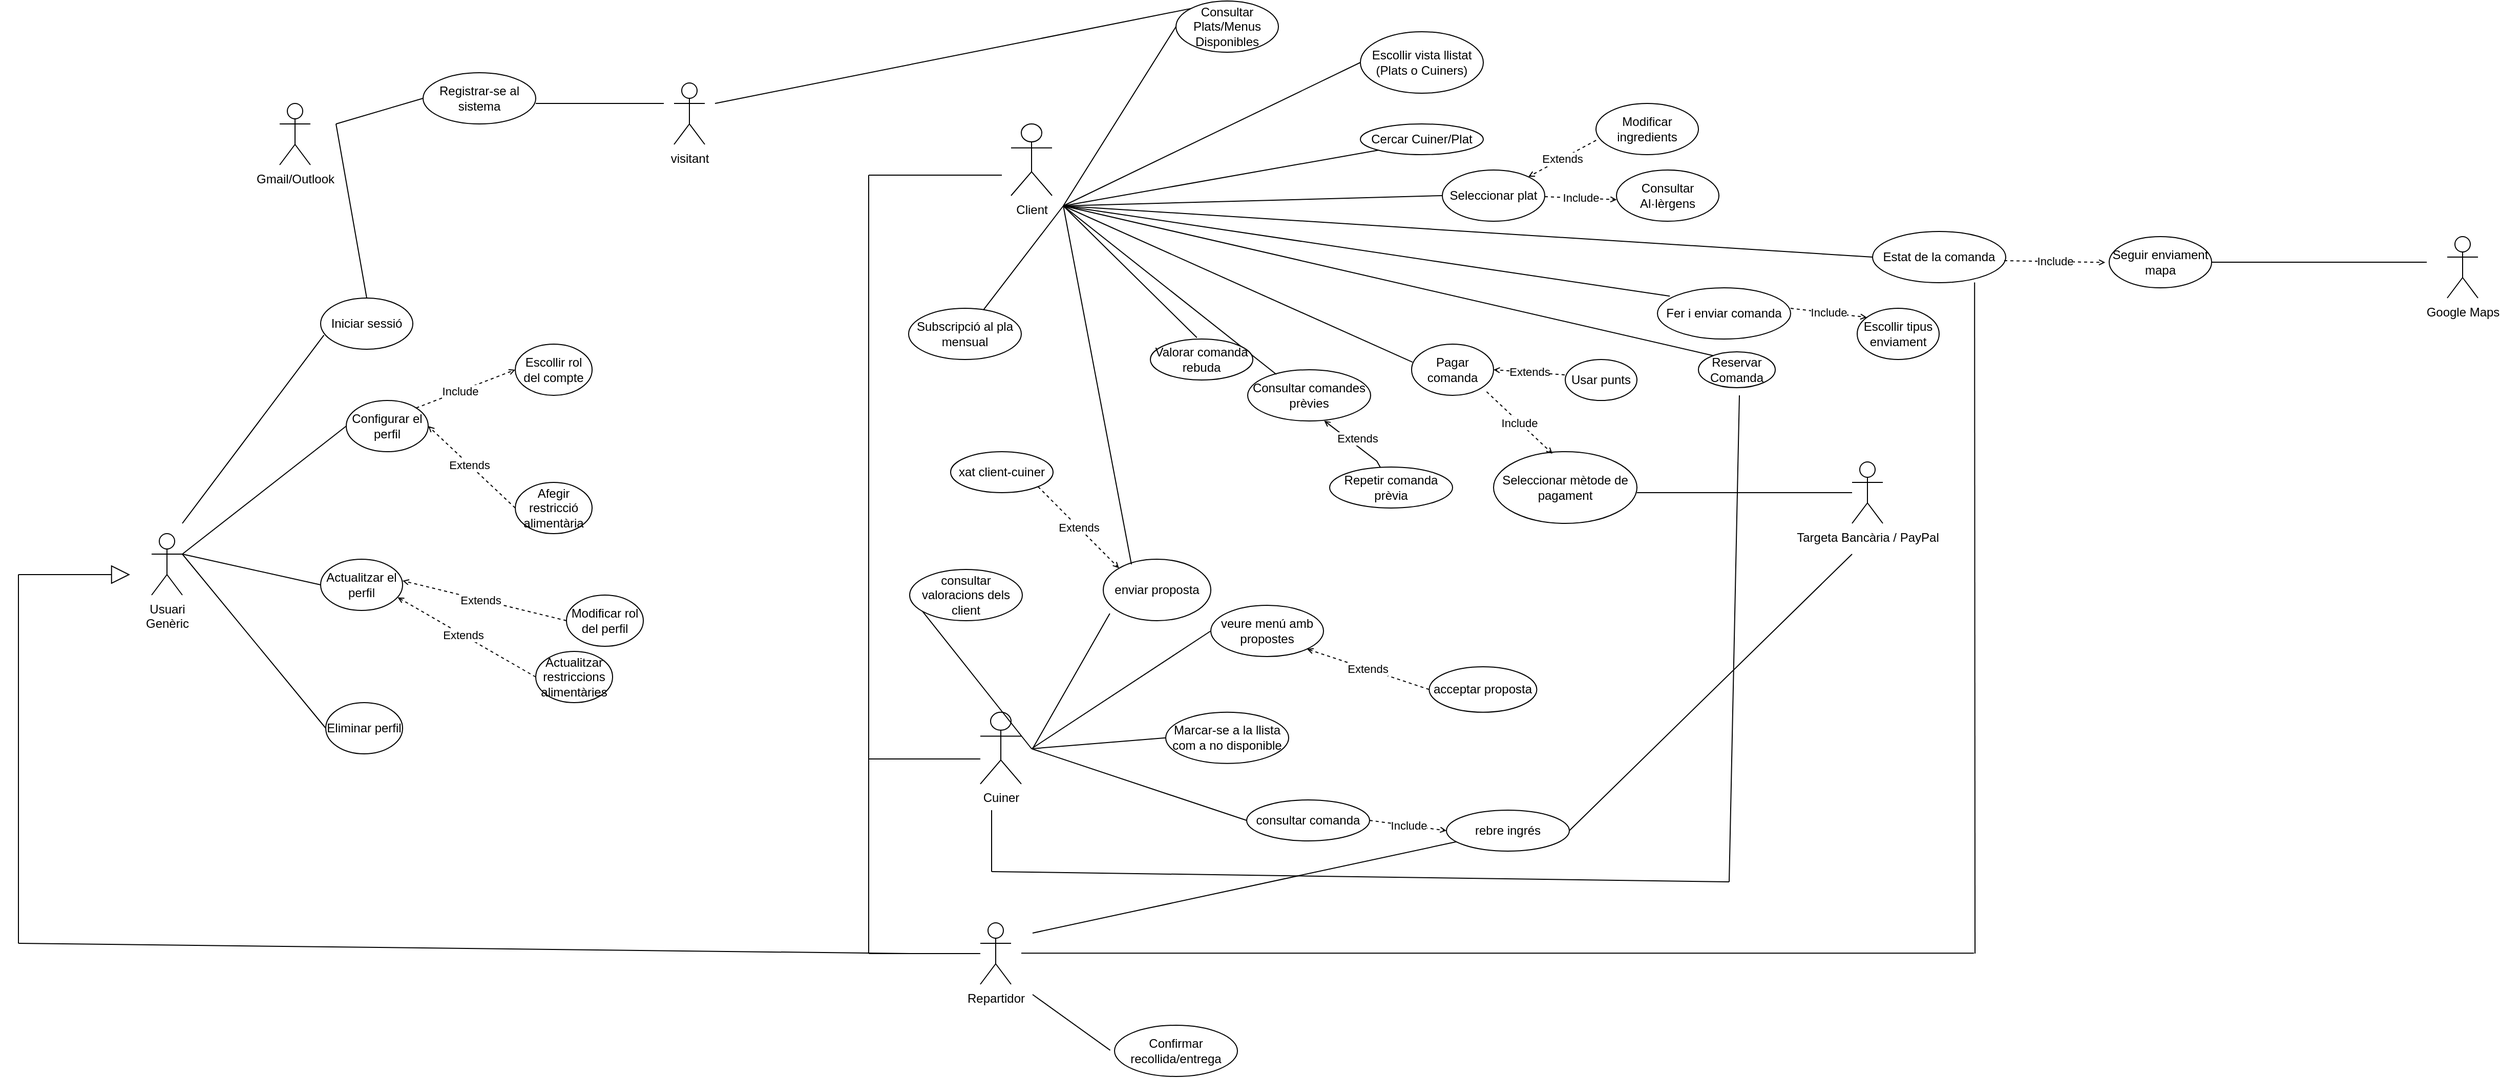
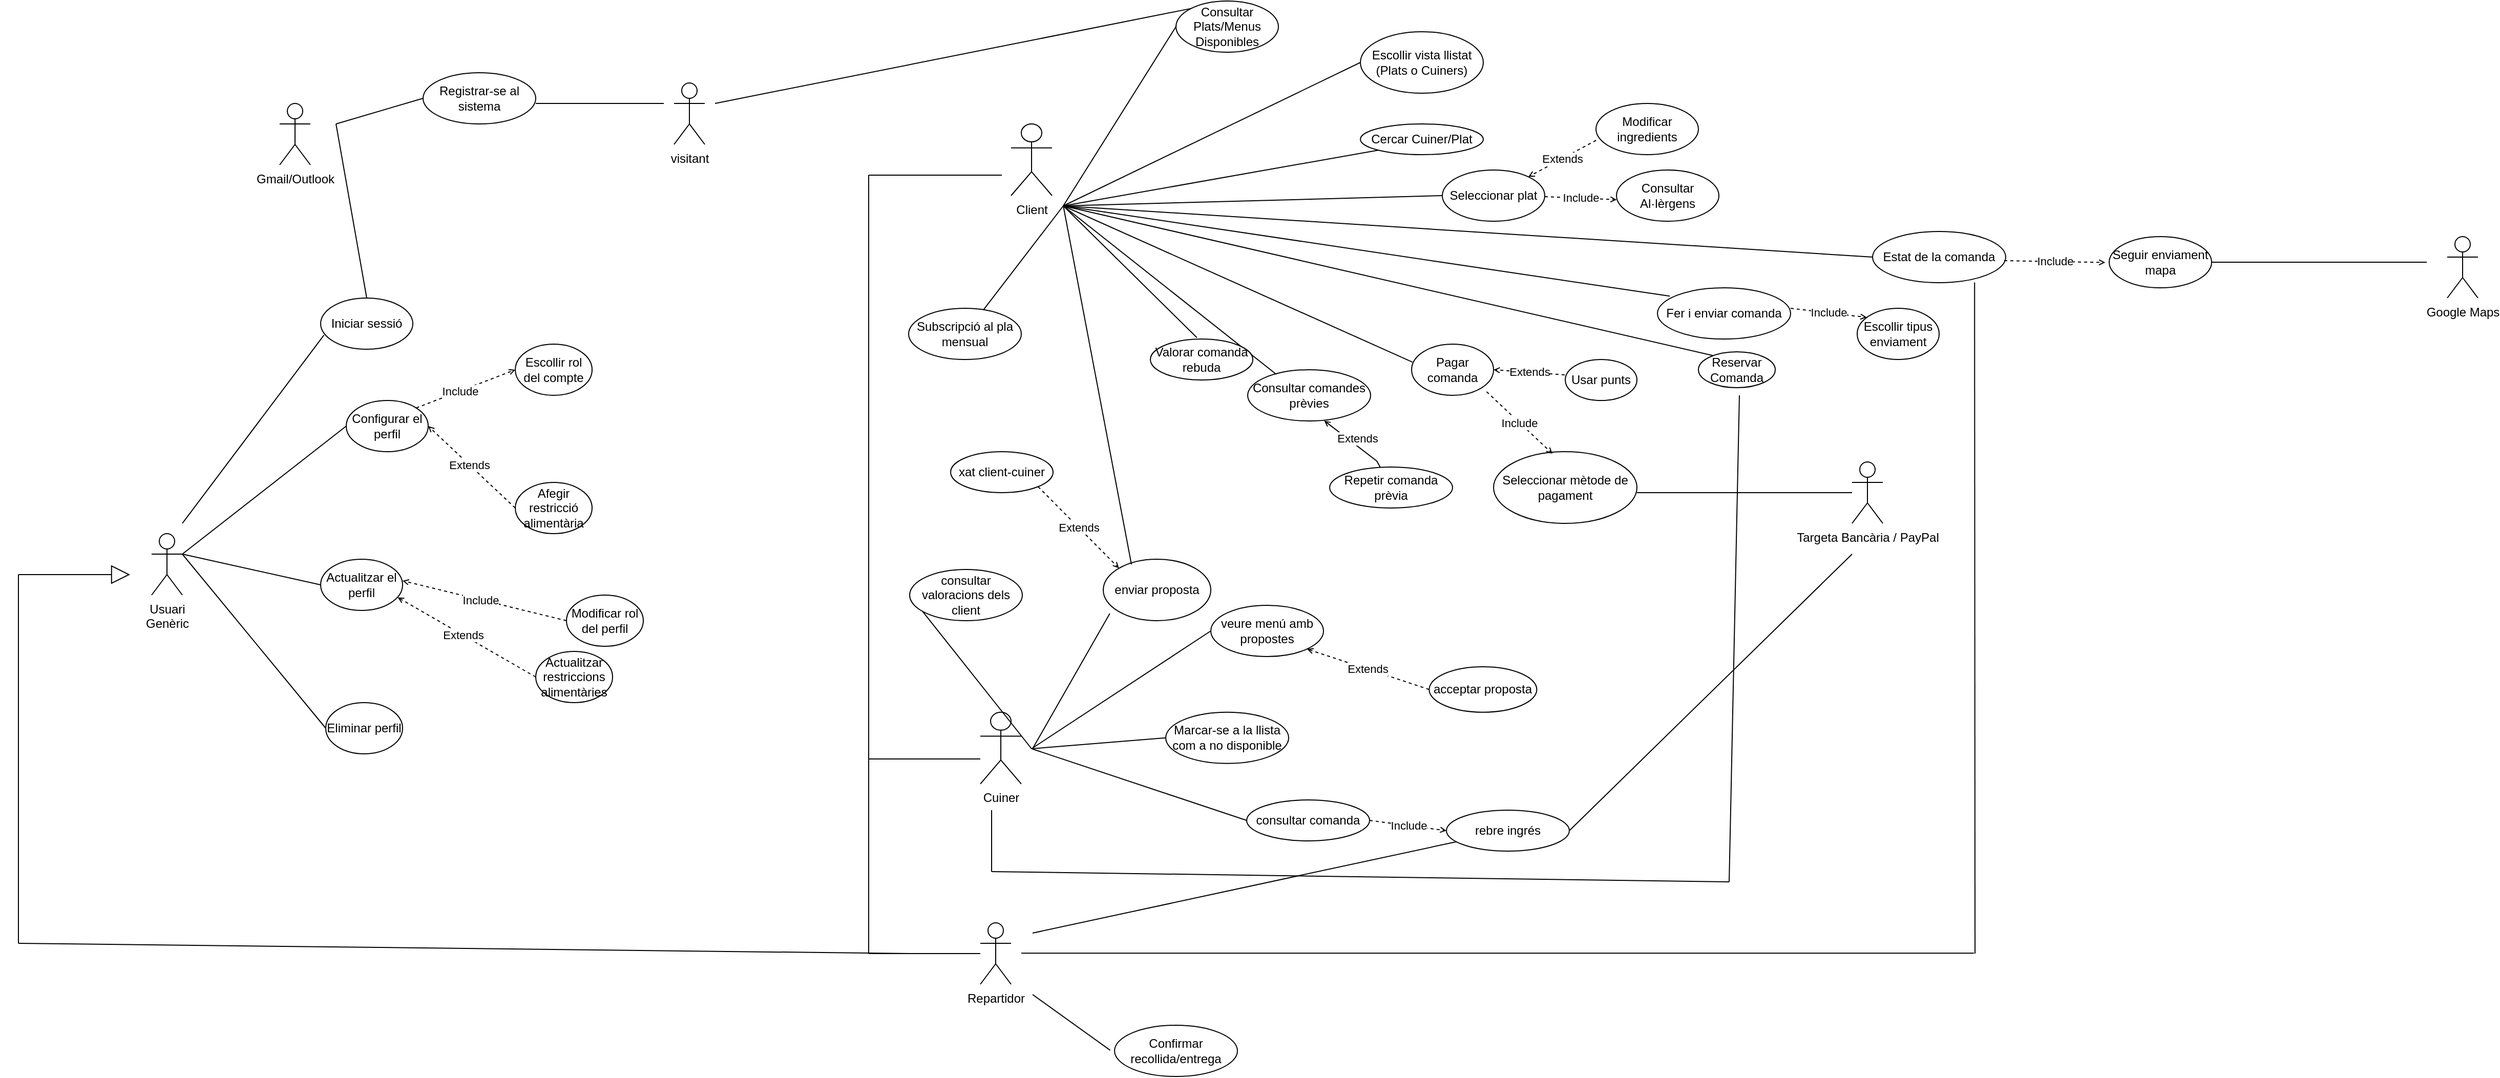
<mxfile host="Electron">
  <diagram name="Página-1" id="0Nidf0E8mdSC4pQg_gNM">
-     <mxGraphModel dx="3456" dy="1716" grid="1" gridSize="10" guides="1" tooltips="1" connect="1" arrows="1" fold="1" page="1" pageScale="1" pageWidth="827" pageHeight="1169" math="0" shadow="0">
+     <mxGraphModel dx="1815" dy="678" grid="1" gridSize="10" guides="1" tooltips="1" connect="1" arrows="1" fold="1" page="1" pageScale="1" pageWidth="827" pageHeight="1169" math="0" shadow="0">
      <root>
        <mxCell id="0" />
        <mxCell id="1" parent="0" />
        <mxCell id="X34j-RmaQOBkDingt3nB-1" parent="1" style="shape=umlActor;verticalLabelPosition=bottom;verticalAlign=top;html=1;outlineConnect=0;direction=east;" value="visitant" vertex="1">
          <mxGeometry height="60" width="30" x="540" y="110" as="geometry" />
        </mxCell>
        <mxCell id="X34j-RmaQOBkDingt3nB-2" parent="1" style="ellipse;whiteSpace=wrap;html=1;" value="Registrar-se al sistema" vertex="1">
          <mxGeometry height="50" width="110" x="295" y="100" as="geometry" />
        </mxCell>
        <mxCell id="X34j-RmaQOBkDingt3nB-6" parent="1" style="shape=umlActor;verticalLabelPosition=bottom;verticalAlign=top;html=1;outlineConnect=0;" value="Gmail/Outlook" vertex="1">
          <mxGeometry height="60" width="30" x="155" y="130" as="geometry" />
        </mxCell>
        <mxCell id="X34j-RmaQOBkDingt3nB-8" edge="1" parent="1" source="X34j-RmaQOBkDingt3nB-9" style="edgeStyle=none;shape=connector;rounded=0;orthogonalLoop=1;jettySize=auto;html=1;exitX=1;exitY=0.3333333333333333;exitDx=0;exitDy=0;entryX=0;entryY=0.5;entryDx=0;entryDy=0;strokeColor=default;align=center;verticalAlign=middle;fontFamily=Helvetica;fontSize=11;fontColor=default;labelBackgroundColor=default;endArrow=none;endFill=0;exitPerimeter=0;" target="X34j-RmaQOBkDingt3nB-18">
          <mxGeometry relative="1" as="geometry" />
        </mxCell>
        <mxCell id="X34j-RmaQOBkDingt3nB-9" parent="1" style="shape=umlActor;verticalLabelPosition=bottom;verticalAlign=top;html=1;outlineConnect=0;direction=east;" value="Usuari&lt;div&gt;Genèric&lt;/div&gt;" vertex="1">
          <mxGeometry height="60" width="30" x="30" y="550" as="geometry" />
        </mxCell>
        <mxCell id="X34j-RmaQOBkDingt3nB-16" edge="1" parent="1" source="X34j-RmaQOBkDingt3nB-22" style="edgeStyle=none;shape=connector;rounded=0;orthogonalLoop=1;jettySize=auto;html=1;exitX=0;exitY=0.5;exitDx=0;exitDy=0;entryX=1;entryY=0.5;entryDx=0;entryDy=0;strokeColor=default;align=center;verticalAlign=middle;fontFamily=Helvetica;fontSize=11;fontColor=default;labelBackgroundColor=default;endArrow=open;endFill=0;endSize=4;dashed=1;" target="X34j-RmaQOBkDingt3nB-18">
          <mxGeometry relative="1" as="geometry" />
        </mxCell>
        <mxCell id="X34j-RmaQOBkDingt3nB-17" connectable="0" parent="X34j-RmaQOBkDingt3nB-16" style="edgeLabel;html=1;align=center;verticalAlign=middle;points=[];fontFamily=Helvetica;fontSize=11;fontColor=default;labelBackgroundColor=default;rounded=0;strokeColor=default;" value="Extends" vertex="1">
          <mxGeometry relative="1" x="0.0587" as="geometry">
            <mxPoint as="offset" />
          </mxGeometry>
        </mxCell>
        <mxCell id="X34j-RmaQOBkDingt3nB-18" parent="1" style="ellipse;whiteSpace=wrap;html=1;direction=east;" value="Configurar el perfil" vertex="1">
          <mxGeometry height="50" width="80" x="220" y="420" as="geometry" />
        </mxCell>
        <mxCell id="X34j-RmaQOBkDingt3nB-21" parent="1" style="ellipse;whiteSpace=wrap;html=1;direction=east;" value="Escollir rol del compte" vertex="1">
          <mxGeometry height="50" width="75" x="385" y="365" as="geometry" />
        </mxCell>
        <mxCell id="X34j-RmaQOBkDingt3nB-22" parent="1" style="ellipse;whiteSpace=wrap;html=1;direction=east;" value="Afegir restricció alimentària" vertex="1">
          <mxGeometry height="50" width="75" x="385" y="500" as="geometry" />
        </mxCell>
        <mxCell id="X34j-RmaQOBkDingt3nB-23" edge="1" parent="1" source="X34j-RmaQOBkDingt3nB-24" style="edgeStyle=none;shape=connector;rounded=0;orthogonalLoop=1;jettySize=auto;html=1;exitX=0;exitY=0.5;exitDx=0;exitDy=0;strokeColor=default;align=center;verticalAlign=middle;fontFamily=Helvetica;fontSize=11;fontColor=default;labelBackgroundColor=default;endArrow=none;endFill=0;entryX=0;entryY=0.5;entryDx=0;entryDy=0;">
          <mxGeometry relative="1" as="geometry">
            <mxPoint x="60" y="570" as="targetPoint" />
          </mxGeometry>
        </mxCell>
        <mxCell id="X34j-RmaQOBkDingt3nB-24" parent="1" style="ellipse;whiteSpace=wrap;html=1;direction=east;" value="Eliminar perfil" vertex="1">
          <mxGeometry height="50" width="75" x="200" y="715" as="geometry" />
        </mxCell>
        <mxCell id="X34j-RmaQOBkDingt3nB-25" edge="1" parent="1" source="X34j-RmaQOBkDingt3nB-42" style="edgeStyle=none;shape=connector;rounded=0;orthogonalLoop=1;jettySize=auto;html=1;exitX=0;exitY=0.5;exitDx=0;exitDy=0;entryX=1;entryY=0.3333333333333333;entryDx=0;entryDy=0;strokeColor=default;align=center;verticalAlign=middle;fontFamily=Helvetica;fontSize=11;fontColor=default;labelBackgroundColor=default;endArrow=none;endFill=0;entryPerimeter=0;" target="X34j-RmaQOBkDingt3nB-9">
          <mxGeometry relative="1" as="geometry">
            <mxPoint x="230.00000000000136" y="845" as="sourcePoint" />
          </mxGeometry>
        </mxCell>
        <mxCell id="X34j-RmaQOBkDingt3nB-26" edge="1" parent="1" style="edgeStyle=none;shape=connector;rounded=0;orthogonalLoop=1;jettySize=auto;html=1;exitX=1;exitY=0.5;exitDx=0;exitDy=0;entryX=0;entryY=0.5;entryDx=0;entryDy=0;strokeColor=default;align=center;verticalAlign=middle;fontFamily=Helvetica;fontSize=11;fontColor=default;labelBackgroundColor=default;endArrow=open;endFill=0;endSize=4;">
          <mxGeometry relative="1" as="geometry">
            <mxPoint x="549.9999999999795" y="350" as="sourcePoint" />
          </mxGeometry>
        </mxCell>
        <mxCell id="X34j-RmaQOBkDingt3nB-38" edge="1" parent="1" source="X34j-RmaQOBkDingt3nB-46" style="edgeStyle=none;shape=connector;rounded=0;orthogonalLoop=1;jettySize=auto;html=1;exitX=0;exitY=0.5;exitDx=0;exitDy=0;entryX=0.94;entryY=0.744;entryDx=0;entryDy=0;strokeColor=default;align=center;verticalAlign=middle;fontFamily=Helvetica;fontSize=11;fontColor=default;labelBackgroundColor=default;endArrow=open;endFill=0;endSize=4;dashed=1;entryPerimeter=0;" target="X34j-RmaQOBkDingt3nB-42">
          <mxGeometry relative="1" as="geometry" />
        </mxCell>
        <mxCell id="X34j-RmaQOBkDingt3nB-39" connectable="0" parent="X34j-RmaQOBkDingt3nB-38" style="edgeLabel;html=1;align=center;verticalAlign=middle;points=[];fontFamily=Helvetica;fontSize=11;fontColor=default;labelBackgroundColor=default;rounded=0;strokeColor=default;" value="Extends" vertex="1">
          <mxGeometry relative="1" x="0.0587" as="geometry">
            <mxPoint as="offset" />
          </mxGeometry>
        </mxCell>
        <mxCell id="X34j-RmaQOBkDingt3nB-42" parent="1" style="ellipse;whiteSpace=wrap;html=1;direction=east;" value="Actualitzar el perfil" vertex="1">
          <mxGeometry height="50" width="80" x="195" y="575" as="geometry" />
        </mxCell>
        <mxCell id="X34j-RmaQOBkDingt3nB-45" parent="1" style="ellipse;whiteSpace=wrap;html=1;direction=east;" value="Modificar rol del perfil" vertex="1">
          <mxGeometry height="50" width="75" x="435" y="610" as="geometry" />
        </mxCell>
        <mxCell id="X34j-RmaQOBkDingt3nB-46" parent="1" style="ellipse;whiteSpace=wrap;html=1;direction=east;" value="Actualitzar restriccions alimentàries" vertex="1">
          <mxGeometry height="50" width="75" x="405" y="665" as="geometry" />
        </mxCell>
        <mxCell id="X34j-RmaQOBkDingt3nB-50" parent="1" style="ellipse;whiteSpace=wrap;html=1;" value="Iniciar sessió" vertex="1">
          <mxGeometry height="50" width="90" x="195" y="320" as="geometry" />
        </mxCell>
        <mxCell id="X34j-RmaQOBkDingt3nB-51" edge="1" parent="1" style="endArrow=none;html=1;rounded=0;entryX=0.036;entryY=0.724;entryDx=0;entryDy=0;entryPerimeter=0;" target="X34j-RmaQOBkDingt3nB-50" value="">
          <mxGeometry height="50" relative="1" width="50" as="geometry">
            <mxPoint x="60" y="540" as="sourcePoint" />
            <mxPoint x="110" y="490" as="targetPoint" />
          </mxGeometry>
        </mxCell>
        <mxCell id="L8pRYwOYS8yWRl4paBZv-1" parent="1" style="shape=umlActor;verticalLabelPosition=bottom;verticalAlign=top;html=1;" value="Cuiner" vertex="1">
          <mxGeometry height="70" width="40" x="839" y="724.4000000000001" as="geometry" />
        </mxCell>
        <mxCell id="L8pRYwOYS8yWRl4paBZv-2" edge="1" parent="1" source="L8pRYwOYS8yWRl4paBZv-3" style="endArrow=none;html=1;rounded=0;exitX=0;exitY=0.5;exitDx=0;exitDy=0;" value="">
          <mxGeometry height="50" relative="1" width="50" as="geometry">
            <mxPoint x="1069" y="800" as="sourcePoint" />
            <mxPoint x="889" y="760" as="targetPoint" />
          </mxGeometry>
        </mxCell>
        <mxCell id="L8pRYwOYS8yWRl4paBZv-3" parent="1" style="ellipse;whiteSpace=wrap;html=1;" value="Marcar-se a la llista com a no disponible" vertex="1">
          <mxGeometry height="50" width="120" x="1020" y="724.4" as="geometry" />
        </mxCell>
        <mxCell id="L8pRYwOYS8yWRl4paBZv-4" edge="1" parent="1" source="L8pRYwOYS8yWRl4paBZv-5" style="endArrow=none;html=1;rounded=0;exitX=0;exitY=0.5;exitDx=0;exitDy=0;" value="">
          <mxGeometry height="50" relative="1" width="50" as="geometry">
            <mxPoint x="1099" y="930" as="sourcePoint" />
            <mxPoint x="889" y="760" as="targetPoint" />
          </mxGeometry>
        </mxCell>
        <mxCell id="L8pRYwOYS8yWRl4paBZv-5" parent="1" style="ellipse;whiteSpace=wrap;html=1;" value="consultar valoracions dels client" vertex="1">
          <mxGeometry height="50" width="110" x="770" y="585" as="geometry" />
        </mxCell>
        <mxCell id="L8pRYwOYS8yWRl4paBZv-6" edge="1" parent="1" source="L8pRYwOYS8yWRl4paBZv-7" style="endArrow=none;html=1;rounded=0;exitX=0;exitY=0.5;exitDx=0;exitDy=0;" value="">
          <mxGeometry height="50" relative="1" width="50" as="geometry">
            <mxPoint x="1099" y="1010" as="sourcePoint" />
            <mxPoint x="889" y="760" as="targetPoint" />
          </mxGeometry>
        </mxCell>
        <mxCell id="L8pRYwOYS8yWRl4paBZv-7" parent="1" style="ellipse;whiteSpace=wrap;html=1;" value="&lt;div&gt;veure menú amb propostes&lt;/div&gt;" vertex="1">
          <mxGeometry height="50" width="110" x="1064" y="620" as="geometry" />
        </mxCell>
        <mxCell id="L8pRYwOYS8yWRl4paBZv-9" parent="1" style="ellipse;whiteSpace=wrap;html=1;" value="acceptar proposta" vertex="1">
          <mxGeometry height="44.4" width="105" x="1277.19" y="680" as="geometry" />
        </mxCell>
        <mxCell id="L8pRYwOYS8yWRl4paBZv-11" edge="1" parent="1" source="L8pRYwOYS8yWRl4paBZv-12" style="endArrow=none;html=1;rounded=0;exitX=0;exitY=0.5;exitDx=0;exitDy=0;" value="">
          <mxGeometry height="50" relative="1" width="50" as="geometry">
            <mxPoint x="1229" y="1150" as="sourcePoint" />
            <mxPoint x="889" y="760" as="targetPoint" />
          </mxGeometry>
        </mxCell>
        <mxCell id="L8pRYwOYS8yWRl4paBZv-12" parent="1" style="ellipse;whiteSpace=wrap;html=1;" value="consultar comanda" vertex="1">
          <mxGeometry height="40" width="120" x="1099" y="810" as="geometry" />
        </mxCell>
        <mxCell id="L8pRYwOYS8yWRl4paBZv-14" edge="1" parent="1" source="L8pRYwOYS8yWRl4paBZv-16" style="endArrow=none;html=1;rounded=0;exitX=1;exitY=0.5;exitDx=0;exitDy=0;" value="">
          <mxGeometry height="50" relative="1" width="50" as="geometry">
            <mxPoint x="1459" y="840" as="sourcePoint" />
            <mxPoint x="1690" y="570" as="targetPoint" />
          </mxGeometry>
        </mxCell>
        <mxCell id="L8pRYwOYS8yWRl4paBZv-15" edge="1" parent="1" source="L8pRYwOYS8yWRl4paBZv-9" style="endArrow=open;endSize=4;endFill=0;html=1;rounded=0;entryX=1;entryY=1;entryDx=0;entryDy=0;exitX=0;exitY=0.5;exitDx=0;exitDy=0;strokeColor=default;align=center;verticalAlign=middle;fontFamily=Helvetica;fontSize=11;fontColor=default;labelBackgroundColor=default;dashed=1;" target="L8pRYwOYS8yWRl4paBZv-7" value="Extends">
          <mxGeometry relative="1" width="160" as="geometry">
            <mxPoint x="1320" y="680" as="sourcePoint" />
            <mxPoint x="1234" y="697" as="targetPoint" />
          </mxGeometry>
        </mxCell>
        <mxCell id="L8pRYwOYS8yWRl4paBZv-16" parent="1" style="ellipse;whiteSpace=wrap;html=1;" value="rebre ingrés" vertex="1">
          <mxGeometry height="40" width="120" x="1294" y="820" as="geometry" />
        </mxCell>
        <mxCell id="L8pRYwOYS8yWRl4paBZv-17" edge="1" parent="1" source="L8pRYwOYS8yWRl4paBZv-12" style="endArrow=open;endSize=4;endFill=0;html=1;rounded=0;exitX=1;exitY=0.5;exitDx=0;exitDy=0;entryX=0;entryY=0.5;entryDx=0;entryDy=0;strokeColor=default;align=center;verticalAlign=middle;fontFamily=Helvetica;fontSize=11;fontColor=default;labelBackgroundColor=default;dashed=1;" target="L8pRYwOYS8yWRl4paBZv-16" value="Include">
          <mxGeometry relative="1" width="160" as="geometry">
            <mxPoint x="1509" y="780" as="sourcePoint" />
            <mxPoint x="1553" y="809" as="targetPoint" />
          </mxGeometry>
        </mxCell>
        <mxCell id="L8pRYwOYS8yWRl4paBZv-20" parent="1" style="shape=umlActor;verticalLabelPosition=bottom;verticalAlign=top;html=1;direction=east;" value="Client" vertex="1">
          <mxGeometry height="70" width="40" x="869" y="150" as="geometry" />
        </mxCell>
        <mxCell id="L8pRYwOYS8yWRl4paBZv-21" parent="1" style="shape=umlActor;verticalLabelPosition=bottom;verticalAlign=top;html=1;" value="Targeta Bancària / PayPal" vertex="1">
          <mxGeometry height="60" width="30" x="1690" y="480" as="geometry" />
        </mxCell>
        <mxCell id="L8pRYwOYS8yWRl4paBZv-22" parent="1" style="shape=umlActor;verticalLabelPosition=bottom;verticalAlign=top;html=1;direction=east;" value="Google Maps" vertex="1">
          <mxGeometry height="60" width="30" x="2271" y="260" as="geometry" />
        </mxCell>
        <mxCell id="L8pRYwOYS8yWRl4paBZv-23" parent="1" style="ellipse;whiteSpace=wrap;html=1;direction=east;" value="Consultar Plats/Menus Disponibles" vertex="1">
          <mxGeometry height="50" width="100" x="1030" y="30" as="geometry" />
        </mxCell>
        <mxCell id="L8pRYwOYS8yWRl4paBZv-24" edge="1" parent="1" style="endArrow=none;html=1;rounded=0;entryX=0;entryY=0.5;entryDx=0;entryDy=0;exitX=0;exitY=0.5;exitDx=0;exitDy=0;" target="L8pRYwOYS8yWRl4paBZv-23" value="">
          <mxGeometry height="50" relative="1" width="50" as="geometry">
            <mxPoint x="920" y="230" as="sourcePoint" />
            <mxPoint x="980" y="130" as="targetPoint" />
          </mxGeometry>
        </mxCell>
        <mxCell id="L8pRYwOYS8yWRl4paBZv-25" parent="1" style="ellipse;whiteSpace=wrap;html=1;direction=east;" value="Seleccionar plat" vertex="1">
          <mxGeometry height="50" width="100" x="1290" y="195" as="geometry" />
        </mxCell>
        <mxCell id="L8pRYwOYS8yWRl4paBZv-27" parent="1" style="ellipse;whiteSpace=wrap;html=1;direction=east;" value="Modificar ingredients" vertex="1">
          <mxGeometry height="50" width="100" x="1440" y="130" as="geometry" />
        </mxCell>
        <mxCell id="L8pRYwOYS8yWRl4paBZv-29" parent="1" style="ellipse;whiteSpace=wrap;html=1;direction=east;" value="Consultar Al·lèrgens" vertex="1">
          <mxGeometry height="50" width="100" x="1460" y="195" as="geometry" />
        </mxCell>
        <mxCell id="L8pRYwOYS8yWRl4paBZv-30" edge="1" parent="1" style="endArrow=none;html=1;rounded=0;entryX=0;entryY=0.5;entryDx=0;entryDy=0;exitX=0;exitY=0.5;exitDx=0;exitDy=0;" target="L8pRYwOYS8yWRl4paBZv-32" value="">
          <mxGeometry height="50" relative="1" width="50" as="geometry">
            <Array as="points" />
            <mxPoint x="920" y="230" as="sourcePoint" />
            <mxPoint x="1110" y="290" as="targetPoint" />
          </mxGeometry>
        </mxCell>
        <mxCell id="L8pRYwOYS8yWRl4paBZv-31" parent="1" style="ellipse;whiteSpace=wrap;html=1;direction=east;" value="Cercar Cuiner/Plat" vertex="1">
          <mxGeometry height="30" width="120" x="1210" y="150" as="geometry" />
        </mxCell>
        <mxCell id="L8pRYwOYS8yWRl4paBZv-32" parent="1" style="ellipse;whiteSpace=wrap;html=1;direction=east;" value="Escollir vista llistat&lt;div&gt;(Plats o Cuiners)&lt;/div&gt;" vertex="1">
          <mxGeometry height="60" width="120" x="1210" y="60" as="geometry" />
        </mxCell>
        <mxCell id="L8pRYwOYS8yWRl4paBZv-33" edge="1" parent="1" style="endArrow=none;html=1;rounded=0;entryX=0;entryY=1;entryDx=0;entryDy=0;exitX=0;exitY=1;exitDx=0;exitDy=0;" target="L8pRYwOYS8yWRl4paBZv-31" value="">
          <mxGeometry height="50" relative="1" width="50" as="geometry">
            <mxPoint x="920" y="230" as="sourcePoint" />
            <mxPoint x="860" y="-40" as="targetPoint" />
          </mxGeometry>
        </mxCell>
        <mxCell id="L8pRYwOYS8yWRl4paBZv-34" parent="1" style="ellipse;whiteSpace=wrap;html=1;direction=east;" value="Fer i enviar comanda" vertex="1">
          <mxGeometry height="50" width="130" x="1500" y="310" as="geometry" />
        </mxCell>
        <mxCell id="L8pRYwOYS8yWRl4paBZv-35" edge="1" parent="1" style="endArrow=none;html=1;rounded=0;entryX=0.093;entryY=0.163;entryDx=0;entryDy=0;entryPerimeter=0;exitX=0.093;exitY=0.163;exitDx=0;exitDy=0;exitPerimeter=0;" target="L8pRYwOYS8yWRl4paBZv-34" value="">
          <mxGeometry height="50" relative="1" width="50" as="geometry">
            <mxPoint x="920" y="230" as="sourcePoint" />
            <mxPoint x="1126.04" y="309.9000000000001" as="targetPoint" />
          </mxGeometry>
        </mxCell>
        <mxCell id="L8pRYwOYS8yWRl4paBZv-36" parent="1" style="ellipse;whiteSpace=wrap;html=1;direction=east;" value="Reservar Comanda" vertex="1">
          <mxGeometry height="35" width="75" x="1540" y="372.5" as="geometry" />
        </mxCell>
        <mxCell id="L8pRYwOYS8yWRl4paBZv-37" edge="1" parent="1" style="endArrow=none;html=1;rounded=0;entryX=0.193;entryY=0.106;entryDx=0;entryDy=0;entryPerimeter=0;exitX=0.193;exitY=0.106;exitDx=0;exitDy=0;exitPerimeter=0;" target="L8pRYwOYS8yWRl4paBZv-36" value="">
          <mxGeometry height="50" relative="1" width="50" as="geometry">
            <mxPoint x="920" y="230" as="sourcePoint" />
            <mxPoint x="1060" y="330" as="targetPoint" />
          </mxGeometry>
        </mxCell>
        <mxCell id="L8pRYwOYS8yWRl4paBZv-38" parent="1" style="ellipse;whiteSpace=wrap;html=1;direction=east;" value="Seguir enviament mapa" vertex="1">
          <mxGeometry height="50" width="100" x="1941" y="260" as="geometry" />
        </mxCell>
        <mxCell id="L8pRYwOYS8yWRl4paBZv-39" edge="1" parent="1" style="endArrow=none;html=1;rounded=0;" value="">
          <mxGeometry height="50" relative="1" width="50" as="geometry">
            <mxPoint x="2041" y="285" as="sourcePoint" />
            <mxPoint x="2251" y="285" as="targetPoint" />
          </mxGeometry>
        </mxCell>
        <mxCell id="L8pRYwOYS8yWRl4paBZv-40" parent="1" style="ellipse;whiteSpace=wrap;html=1;direction=east;" value="Escollir tipus enviament" vertex="1">
          <mxGeometry height="50" width="80" x="1695" y="330" as="geometry" />
        </mxCell>
        <mxCell id="L8pRYwOYS8yWRl4paBZv-41" edge="1" parent="1" style="endArrow=open;endSize=4;endFill=0;html=1;rounded=0;exitX=0.116;exitY=0.177;exitDx=0;exitDy=0;entryX=0.116;entryY=0.177;entryDx=0;entryDy=0;entryPerimeter=0;exitPerimeter=0;strokeColor=default;align=center;verticalAlign=middle;fontFamily=Helvetica;fontSize=11;fontColor=default;labelBackgroundColor=default;dashed=1;" target="L8pRYwOYS8yWRl4paBZv-40" value="Include">
          <mxGeometry relative="1" width="160" as="geometry">
            <mxPoint x="1630" y="330" as="sourcePoint" />
            <mxPoint x="1625" y="275" as="targetPoint" />
          </mxGeometry>
        </mxCell>
        <mxCell id="L8pRYwOYS8yWRl4paBZv-42" parent="1" style="ellipse;whiteSpace=wrap;html=1;direction=east;" value="Pagar comanda" vertex="1">
          <mxGeometry height="50" width="80" x="1260" y="365" as="geometry" />
        </mxCell>
        <mxCell id="L8pRYwOYS8yWRl4paBZv-43" parent="1" style="ellipse;whiteSpace=wrap;html=1;" value="Seleccionar mètode de pagament" vertex="1">
          <mxGeometry height="70" width="140" x="1340" y="470" as="geometry" />
        </mxCell>
        <mxCell id="L8pRYwOYS8yWRl4paBZv-45" edge="1" parent="1" source="L8pRYwOYS8yWRl4paBZv-42" style="endArrow=open;endSize=4;endFill=0;html=1;rounded=0;exitX=0.916;exitY=0.93;exitDx=0;exitDy=0;exitPerimeter=0;entryX=0.411;entryY=0.028;entryDx=0;entryDy=0;entryPerimeter=0;strokeColor=default;align=center;verticalAlign=middle;fontFamily=Helvetica;fontSize=11;fontColor=default;labelBackgroundColor=default;dashed=1;" target="L8pRYwOYS8yWRl4paBZv-43" value="Include">
          <mxGeometry relative="1" width="160" as="geometry">
            <Array as="points" />
            <mxPoint x="1430" y="430" as="sourcePoint" />
            <mxPoint x="1400" y="470" as="targetPoint" />
          </mxGeometry>
        </mxCell>
        <mxCell id="L8pRYwOYS8yWRl4paBZv-46" edge="1" parent="1" style="endArrow=none;html=1;rounded=0;" target="L8pRYwOYS8yWRl4paBZv-21" value="">
          <mxGeometry height="50" relative="1" width="50" as="geometry">
            <mxPoint x="1480" y="510" as="sourcePoint" />
            <mxPoint x="1360" y="450" as="targetPoint" />
          </mxGeometry>
        </mxCell>
        <mxCell id="L8pRYwOYS8yWRl4paBZv-47" parent="1" style="ellipse;whiteSpace=wrap;html=1;direction=east;" value="Consultar comandes prèvies" vertex="1">
          <mxGeometry height="50" width="120" x="1100" y="390" as="geometry" />
        </mxCell>
        <mxCell id="L8pRYwOYS8yWRl4paBZv-48" edge="1" parent="1" style="endArrow=none;html=1;rounded=0;entryX=0.233;entryY=0.09;entryDx=0;entryDy=0;entryPerimeter=0;exitX=0.233;exitY=0.09;exitDx=0;exitDy=0;exitPerimeter=0;" target="L8pRYwOYS8yWRl4paBZv-47" value="">
          <mxGeometry height="50" relative="1" width="50" as="geometry">
            <mxPoint x="920" y="230" as="sourcePoint" />
            <mxPoint x="960" y="390" as="targetPoint" />
          </mxGeometry>
        </mxCell>
        <mxCell id="L8pRYwOYS8yWRl4paBZv-49" edge="1" parent="1" style="endArrow=none;html=1;rounded=0;entryX=0;entryY=0.5;entryDx=0;entryDy=0;exitX=0;exitY=0.5;exitDx=0;exitDy=0;" target="L8pRYwOYS8yWRl4paBZv-25" value="">
          <mxGeometry height="50" relative="1" width="50" as="geometry">
            <mxPoint x="920" y="230" as="sourcePoint" />
            <mxPoint x="1010" y="170" as="targetPoint" />
          </mxGeometry>
        </mxCell>
        <mxCell id="L8pRYwOYS8yWRl4paBZv-51" edge="1" parent="1" source="L8pRYwOYS8yWRl4paBZv-52" style="endArrow=open;endSize=4;endFill=0;html=1;rounded=0;exitX=0.421;exitY=0.054;exitDx=0;exitDy=0;exitPerimeter=0;entryX=0.622;entryY=0.994;entryDx=0;entryDy=0;entryPerimeter=0;strokeColor=default;align=center;verticalAlign=middle;fontFamily=Helvetica;fontSize=11;fontColor=default;labelBackgroundColor=default;" target="L8pRYwOYS8yWRl4paBZv-47" value="Extends">
          <mxGeometry relative="1" width="160" x="0.015" y="-6" as="geometry">
            <mxPoint as="offset" />
            <Array as="points">
              <mxPoint x="1226" y="479.1399999999999" />
            </Array>
            <mxPoint x="1226" y="480" as="sourcePoint" />
            <mxPoint x="1200" y="439.1399999999999" as="targetPoint" />
          </mxGeometry>
        </mxCell>
        <mxCell id="L8pRYwOYS8yWRl4paBZv-52" parent="1" style="ellipse;whiteSpace=wrap;html=1;" value="Repetir comanda prèvia" vertex="1">
          <mxGeometry height="40" width="120" x="1180" y="485" as="geometry" />
        </mxCell>
        <mxCell id="L8pRYwOYS8yWRl4paBZv-53" parent="1" style="ellipse;whiteSpace=wrap;html=1;direction=east;" value="Valorar comanda rebuda" vertex="1">
          <mxGeometry height="40" width="100" x="1005" y="360" as="geometry" />
        </mxCell>
        <mxCell id="L8pRYwOYS8yWRl4paBZv-54" edge="1" parent="1" source="L8pRYwOYS8yWRl4paBZv-53" style="endArrow=none;html=1;rounded=0;exitX=0.454;exitY=-0.035;exitDx=0;exitDy=0;exitPerimeter=0;entryX=0.454;entryY=-0.035;entryDx=0;entryDy=0;entryPerimeter=0;" value="">
          <mxGeometry height="50" relative="1" width="50" as="geometry">
            <mxPoint x="920" y="400" as="sourcePoint" />
            <mxPoint x="920" y="230" as="targetPoint" />
          </mxGeometry>
        </mxCell>
        <mxCell id="L8pRYwOYS8yWRl4paBZv-55" parent="1" style="ellipse;whiteSpace=wrap;html=1;" value="Subscripció al pla mensual" vertex="1">
          <mxGeometry height="50" width="110" x="769" y="330" as="geometry" />
        </mxCell>
        <mxCell id="L8pRYwOYS8yWRl4paBZv-57" edge="1" parent="1" source="L8pRYwOYS8yWRl4paBZv-55" style="endArrow=none;html=1;rounded=0;" value="">
          <mxGeometry height="50" relative="1" width="50" as="geometry">
            <mxPoint x="910" y="372.5" as="sourcePoint" />
            <mxPoint x="920" y="230" as="targetPoint" />
          </mxGeometry>
        </mxCell>
        <mxCell id="L8pRYwOYS8yWRl4paBZv-59" parent="1" style="shape=umlActor;verticalLabelPosition=bottom;verticalAlign=top;html=1;" value="Repartidor" vertex="1">
          <mxGeometry height="60" width="30" x="839" y="930" as="geometry" />
        </mxCell>
        <mxCell id="L8pRYwOYS8yWRl4paBZv-60" parent="1" style="ellipse;whiteSpace=wrap;html=1;" value="Confirmar recollida/entrega" vertex="1">
          <mxGeometry height="50" width="120" x="970" y="1030" as="geometry" />
        </mxCell>
        <mxCell id="L8pRYwOYS8yWRl4paBZv-61" edge="1" parent="1" style="endArrow=none;html=1;rounded=0;entryX=-0.035;entryY=0.489;entryDx=0;entryDy=0;entryPerimeter=0;" target="L8pRYwOYS8yWRl4paBZv-60" value="">
          <mxGeometry height="50" relative="1" width="50" as="geometry">
            <mxPoint x="890" y="1000" as="sourcePoint" />
            <mxPoint x="960" y="1000" as="targetPoint" />
          </mxGeometry>
        </mxCell>
        <mxCell id="L8pRYwOYS8yWRl4paBZv-62" edge="1" parent="1" style="endArrow=none;html=1;rounded=0;" target="L8pRYwOYS8yWRl4paBZv-16" value="">
          <mxGeometry height="50" relative="1" width="50" as="geometry">
            <mxPoint x="890" y="940" as="sourcePoint" />
            <mxPoint x="1033.3000000000002" y="928.1200000000003" as="targetPoint" />
          </mxGeometry>
        </mxCell>
        <mxCell id="L8pRYwOYS8yWRl4paBZv-69" edge="1" parent="1" style="endArrow=none;html=1;rounded=0;" value="">
          <mxGeometry height="50" relative="1" width="50" as="geometry">
            <mxPoint x="730" y="960" as="sourcePoint" />
            <mxPoint x="839" y="960" as="targetPoint" />
          </mxGeometry>
        </mxCell>
        <mxCell id="L8pRYwOYS8yWRl4paBZv-71" edge="1" parent="1" style="endArrow=none;html=1;rounded=0;" value="">
          <mxGeometry height="50" relative="1" width="50" as="geometry">
            <mxPoint x="-100" y="950" as="sourcePoint" />
            <mxPoint x="-100" y="590" as="targetPoint" />
          </mxGeometry>
        </mxCell>
        <mxCell id="L8pRYwOYS8yWRl4paBZv-72" edge="1" parent="1" style="endArrow=none;html=1;rounded=0;" value="">
          <mxGeometry height="50" relative="1" width="50" as="geometry">
            <mxPoint x="730" y="200" as="sourcePoint" />
            <mxPoint x="860" y="200" as="targetPoint" />
          </mxGeometry>
        </mxCell>
        <mxCell id="L8pRYwOYS8yWRl4paBZv-73" edge="1" parent="1" style="endArrow=none;html=1;rounded=0;" value="">
          <mxGeometry height="50" relative="1" width="50" as="geometry">
            <mxPoint x="730" y="770" as="sourcePoint" />
            <mxPoint x="839" y="770" as="targetPoint" />
          </mxGeometry>
        </mxCell>
        <mxCell id="L8pRYwOYS8yWRl4paBZv-74" edge="1" parent="1" style="endArrow=block;endSize=16;endFill=0;html=1;rounded=0;" value="">
          <mxGeometry relative="1" width="160" as="geometry">
            <mxPoint x="-100" y="590" as="sourcePoint" />
            <mxPoint x="9" y="590" as="targetPoint" />
          </mxGeometry>
        </mxCell>
        <mxCell id="o6z-8veLtRSEtCsWWEia-1" edge="1" parent="1" style="endArrow=none;html=1;rounded=0;" value="">
          <mxGeometry height="50" relative="1" width="50" as="geometry">
            <mxPoint x="-100" y="950" as="sourcePoint" />
            <mxPoint x="770" y="960" as="targetPoint" />
          </mxGeometry>
        </mxCell>
        <mxCell id="o6z-8veLtRSEtCsWWEia-2" edge="1" parent="1" style="endArrow=none;html=1;rounded=0;" value="">
          <mxGeometry height="50" relative="1" width="50" as="geometry">
            <mxPoint x="730" y="960" as="sourcePoint" />
            <mxPoint x="730" y="200" as="targetPoint" />
          </mxGeometry>
        </mxCell>
        <mxCell id="BeZXyclNrSwwSDGvmV8Q-4" edge="1" parent="1" source="X34j-RmaQOBkDingt3nB-18" style="rounded=0;orthogonalLoop=1;jettySize=auto;html=1;exitX=1;exitY=0;exitDx=0;exitDy=0;entryX=0;entryY=0.5;entryDx=0;entryDy=0;endArrow=open;endFill=0;strokeColor=default;align=center;verticalAlign=middle;fontFamily=Helvetica;fontSize=11;fontColor=default;labelBackgroundColor=default;endSize=4;dashed=1;" target="X34j-RmaQOBkDingt3nB-21">
          <mxGeometry relative="1" as="geometry">
            <mxPoint x="550" y="500" as="sourcePoint" />
            <mxPoint x="710" y="410" as="targetPoint" />
          </mxGeometry>
        </mxCell>
        <mxCell id="BeZXyclNrSwwSDGvmV8Q-5" connectable="0" parent="BeZXyclNrSwwSDGvmV8Q-4" style="edgeLabel;html=1;align=center;verticalAlign=middle;points=[];fontFamily=Helvetica;fontSize=11;fontColor=default;labelBackgroundColor=default;rounded=0;strokeColor=default;" value="Include" vertex="1">
          <mxGeometry relative="1" x="-0.1233" as="geometry">
            <mxPoint as="offset" />
          </mxGeometry>
        </mxCell>
        <mxCell id="BeZXyclNrSwwSDGvmV8Q-8" edge="1" parent="1" style="endArrow=none;html=1;rounded=0;entryX=0.011;entryY=0.351;entryDx=0;entryDy=0;entryPerimeter=0;" target="L8pRYwOYS8yWRl4paBZv-42" value="">
          <mxGeometry height="50" relative="1" width="50" as="geometry">
            <mxPoint x="920" y="230" as="sourcePoint" />
            <mxPoint x="970" y="180" as="targetPoint" />
          </mxGeometry>
        </mxCell>
        <mxCell id="BeZXyclNrSwwSDGvmV8Q-9" edge="1" parent="1" style="endArrow=open;endSize=4;endFill=0;html=1;rounded=0;exitX=0.116;exitY=0.177;exitDx=0;exitDy=0;entryX=0.002;entryY=0.579;entryDx=0;entryDy=0;entryPerimeter=0;exitPerimeter=0;strokeColor=default;align=center;verticalAlign=middle;fontFamily=Helvetica;fontSize=11;fontColor=default;labelBackgroundColor=default;dashed=1;" target="L8pRYwOYS8yWRl4paBZv-29" value="Include">
          <mxGeometry relative="1" width="160" as="geometry">
            <mxPoint x="1390" y="221" as="sourcePoint" />
            <mxPoint x="1434" y="250" as="targetPoint" />
          </mxGeometry>
        </mxCell>
        <mxCell id="BeZXyclNrSwwSDGvmV8Q-11" parent="1" style="ellipse;whiteSpace=wrap;html=1;direction=east;" value="Estat de la comanda" vertex="1">
          <mxGeometry height="50" width="130" x="1710" y="255" as="geometry" />
        </mxCell>
        <mxCell id="BeZXyclNrSwwSDGvmV8Q-12" edge="1" parent="1" style="endArrow=none;html=1;rounded=0;entryX=0;entryY=0.5;entryDx=0;entryDy=0;" target="BeZXyclNrSwwSDGvmV8Q-11" value="">
          <mxGeometry height="50" relative="1" width="50" as="geometry">
            <mxPoint x="920" y="230" as="sourcePoint" />
            <mxPoint x="970" y="180" as="targetPoint" />
          </mxGeometry>
        </mxCell>
        <mxCell id="BeZXyclNrSwwSDGvmV8Q-13" edge="1" parent="1" style="endArrow=open;endSize=4;endFill=0;html=1;rounded=0;exitX=0.116;exitY=0.177;exitDx=0;exitDy=0;entryX=-0.039;entryY=0.505;entryDx=0;entryDy=0;entryPerimeter=0;exitPerimeter=0;strokeColor=default;align=center;verticalAlign=middle;fontFamily=Helvetica;fontSize=11;fontColor=default;labelBackgroundColor=default;dashed=1;" target="L8pRYwOYS8yWRl4paBZv-38" value="Include">
          <mxGeometry relative="1" width="160" as="geometry">
            <mxPoint x="1838.5" y="283.5" as="sourcePoint" />
            <mxPoint x="1908.5" y="286.5" as="targetPoint" />
          </mxGeometry>
        </mxCell>
        <mxCell id="BeZXyclNrSwwSDGvmV8Q-18" edge="1" parent="1" style="endArrow=none;html=1;rounded=0;" value="">
          <mxGeometry height="50" relative="1" width="50" as="geometry">
            <mxPoint x="879" y="959.68" as="sourcePoint" />
            <mxPoint x="1809" y="959.68" as="targetPoint" />
          </mxGeometry>
        </mxCell>
        <mxCell id="BeZXyclNrSwwSDGvmV8Q-19" parent="1" style="ellipse;whiteSpace=wrap;html=1;" value="enviar proposta" vertex="1">
          <mxGeometry height="60" width="105" x="959" y="575" as="geometry" />
        </mxCell>
        <mxCell id="BeZXyclNrSwwSDGvmV8Q-20" edge="1" parent="1" style="endArrow=none;html=1;rounded=0;entryX=0.061;entryY=0.883;entryDx=0;entryDy=0;entryPerimeter=0;" target="BeZXyclNrSwwSDGvmV8Q-19" value="">
          <mxGeometry height="50" relative="1" width="50" as="geometry">
            <mxPoint x="890" y="760" as="sourcePoint" />
            <mxPoint x="940" y="705" as="targetPoint" />
          </mxGeometry>
        </mxCell>
        <mxCell id="BeZXyclNrSwwSDGvmV8Q-21" edge="1" parent="1" style="endArrow=none;html=1;rounded=0;" value="">
          <mxGeometry height="50" relative="1" width="50" as="geometry">
            <mxPoint x="986.5" y="580" as="sourcePoint" />
            <mxPoint x="920" y="230" as="targetPoint" />
          </mxGeometry>
        </mxCell>
        <mxCell id="qmEoioVCjLr7zOWGXT4S-2" edge="1" parent="1" style="endArrow=none;html=1;rounded=0;entryX=0.766;entryY=0.994;entryDx=0;entryDy=0;entryPerimeter=0;" target="BeZXyclNrSwwSDGvmV8Q-11" value="">
          <mxGeometry height="50" relative="1" width="50" as="geometry">
            <mxPoint x="1810" y="960" as="sourcePoint" />
            <mxPoint x="1810" y="900" as="targetPoint" />
          </mxGeometry>
        </mxCell>
        <mxCell id="qmEoioVCjLr7zOWGXT4S-6" edge="1" parent="1" style="endArrow=none;html=1;rounded=0;" value="">
          <mxGeometry height="50" relative="1" width="50" as="geometry">
            <mxPoint x="405" y="130" as="sourcePoint" />
            <mxPoint x="530" y="130" as="targetPoint" />
          </mxGeometry>
        </mxCell>
        <mxCell id="qmEoioVCjLr7zOWGXT4S-7" edge="1" parent="1" style="endArrow=none;html=1;rounded=0;entryX=0;entryY=0.5;entryDx=0;entryDy=0;" target="X34j-RmaQOBkDingt3nB-2" value="">
          <mxGeometry height="50" relative="1" width="50" as="geometry">
            <mxPoint x="210" y="150" as="sourcePoint" />
            <mxPoint x="260" y="100" as="targetPoint" />
          </mxGeometry>
        </mxCell>
        <mxCell id="qmEoioVCjLr7zOWGXT4S-8" edge="1" parent="1" source="X34j-RmaQOBkDingt3nB-50" style="endArrow=none;html=1;rounded=0;exitX=0.5;exitY=0;exitDx=0;exitDy=0;" value="">
          <mxGeometry height="50" relative="1" width="50" as="geometry">
            <mxPoint x="160" y="200" as="sourcePoint" />
            <mxPoint x="210" y="150" as="targetPoint" />
          </mxGeometry>
        </mxCell>
        <mxCell id="qmEoioVCjLr7zOWGXT4S-9" edge="1" parent="1" style="endArrow=none;html=1;rounded=0;entryX=0;entryY=0;entryDx=0;entryDy=0;" target="L8pRYwOYS8yWRl4paBZv-23" value="">
          <mxGeometry height="50" relative="1" width="50" as="geometry">
            <mxPoint x="580" y="130" as="sourcePoint" />
            <mxPoint x="630" y="80" as="targetPoint" />
          </mxGeometry>
        </mxCell>
        <mxCell id="qmEoioVCjLr7zOWGXT4S-10" edge="1" parent="1" source="qmEoioVCjLr7zOWGXT4S-11" style="endArrow=open;endSize=4;endFill=0;html=1;rounded=0;entryX=1;entryY=0.5;entryDx=0;entryDy=0;strokeColor=default;align=center;verticalAlign=middle;fontFamily=Helvetica;fontSize=11;fontColor=default;labelBackgroundColor=default;dashed=1;exitX=-0.008;exitY=0.374;exitDx=0;exitDy=0;exitPerimeter=0;" target="L8pRYwOYS8yWRl4paBZv-42" value="Extends">
          <mxGeometry relative="1" width="160" as="geometry">
            <mxPoint x="1400" y="410" as="sourcePoint" />
            <mxPoint x="1390" y="400" as="targetPoint" />
          </mxGeometry>
        </mxCell>
        <mxCell id="qmEoioVCjLr7zOWGXT4S-11" parent="1" style="ellipse;whiteSpace=wrap;html=1;" value="Usar punts" vertex="1">
          <mxGeometry height="40" width="70" x="1410" y="380" as="geometry" />
        </mxCell>
        <mxCell id="lKfYyP8IhmuC1iitikGq-3" edge="1" parent="1" source="lKfYyP8IhmuC1iitikGq-4" style="endArrow=open;endSize=4;endFill=0;html=1;rounded=0;strokeColor=default;align=center;verticalAlign=middle;fontFamily=Helvetica;fontSize=11;fontColor=default;labelBackgroundColor=default;dashed=1;exitX=1;exitY=1;exitDx=0;exitDy=0;entryX=0;entryY=0;entryDx=0;entryDy=0;" target="BeZXyclNrSwwSDGvmV8Q-19" value="Extends">
          <mxGeometry relative="1" width="160" as="geometry">
            <mxPoint x="830" y="500" as="sourcePoint" />
            <mxPoint x="860" y="580" as="targetPoint" />
          </mxGeometry>
        </mxCell>
        <mxCell id="lKfYyP8IhmuC1iitikGq-4" parent="1" style="ellipse;whiteSpace=wrap;html=1;" value="xat client-cuiner" vertex="1">
          <mxGeometry height="40" width="100" x="810" y="470" as="geometry" />
        </mxCell>
        <mxCell id="lKfYyP8IhmuC1iitikGq-5" edge="1" parent="1" source="X34j-RmaQOBkDingt3nB-45" style="edgeStyle=none;shape=connector;rounded=0;orthogonalLoop=1;jettySize=auto;html=1;exitX=0;exitY=0.5;exitDx=0;exitDy=0;entryX=0.94;entryY=0.744;entryDx=0;entryDy=0;strokeColor=default;align=center;verticalAlign=middle;fontFamily=Helvetica;fontSize=11;fontColor=default;labelBackgroundColor=default;endArrow=open;endFill=0;endSize=4;dashed=1;entryPerimeter=0;">
          <mxGeometry relative="1" as="geometry">
            <mxPoint x="410" y="674" as="sourcePoint" />
            <mxPoint x="275" y="596" as="targetPoint" />
          </mxGeometry>
        </mxCell>
-         <mxCell id="lKfYyP8IhmuC1iitikGq-6" connectable="0" parent="lKfYyP8IhmuC1iitikGq-5" style="edgeLabel;html=1;align=center;verticalAlign=middle;points=[];fontFamily=Helvetica;fontSize=11;fontColor=default;labelBackgroundColor=default;rounded=0;strokeColor=default;" value="Extends" vertex="1">
+         <mxCell id="lKfYyP8IhmuC1iitikGq-6" connectable="0" parent="lKfYyP8IhmuC1iitikGq-5" style="edgeLabel;html=1;align=center;verticalAlign=middle;points=[];fontFamily=Helvetica;fontSize=11;fontColor=default;labelBackgroundColor=default;rounded=0;strokeColor=default;" value="Include" vertex="1">
          <mxGeometry relative="1" x="0.0587" as="geometry">
            <mxPoint as="offset" />
          </mxGeometry>
        </mxCell>
        <mxCell id="lKfYyP8IhmuC1iitikGq-7" edge="1" parent="1" style="endArrow=none;html=1;rounded=0;" value="">
          <mxGeometry height="50" relative="1" width="50" as="geometry">
            <mxPoint x="1570" y="890" as="sourcePoint" />
            <mxPoint x="1580" y="415" as="targetPoint" />
          </mxGeometry>
        </mxCell>
        <mxCell id="lKfYyP8IhmuC1iitikGq-8" edge="1" parent="1" style="endArrow=none;html=1;rounded=0;" value="">
          <mxGeometry height="50" relative="1" width="50" as="geometry">
            <mxPoint x="850" y="880" as="sourcePoint" />
            <mxPoint x="1570" y="890" as="targetPoint" />
          </mxGeometry>
        </mxCell>
        <mxCell id="lKfYyP8IhmuC1iitikGq-9" edge="1" parent="1" style="endArrow=none;html=1;rounded=0;" value="">
          <mxGeometry height="50" relative="1" width="50" as="geometry">
            <mxPoint x="850" y="880" as="sourcePoint" />
            <mxPoint x="850" y="820" as="targetPoint" />
          </mxGeometry>
        </mxCell>
        <mxCell id="B4EL7UxaMIWHxGcMtTaa-1" edge="1" parent="1" source="L8pRYwOYS8yWRl4paBZv-27" style="endArrow=open;endSize=4;endFill=0;html=1;rounded=0;strokeColor=default;align=center;verticalAlign=middle;fontFamily=Helvetica;fontSize=11;fontColor=default;labelBackgroundColor=default;dashed=1;exitX=0.001;exitY=0.72;exitDx=0;exitDy=0;exitPerimeter=0;" target="L8pRYwOYS8yWRl4paBZv-25" value="Extends">
          <mxGeometry relative="1" width="160" as="geometry">
            <mxPoint x="1419" y="175" as="sourcePoint" />
            <mxPoint x="1350" y="170" as="targetPoint" />
          </mxGeometry>
        </mxCell>
      </root>
    </mxGraphModel>
  </diagram>
</mxfile>
